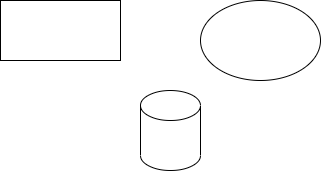
The draw.io diagram test.drawio.png in BorenZhang/Pictures, before a commit. Source tidied: cells renumbered, new cells last; positions are measured from the earlier drawing's top-left corner, leaving out a move shared by most shapes.
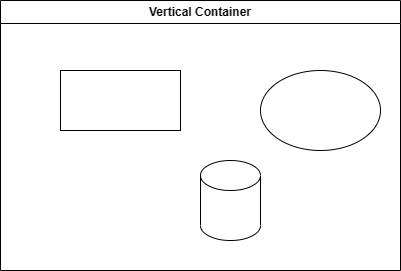
The same diagram one commit later.

The edit, as a diff of the source:
```diff
@@ -11,5 +11,8 @@
     <mxCell id="4" style="shape=cylinder3;whiteSpace=wrap;html=1;boundedLbl=1;backgroundOutline=1;size=15;" parent="1" vertex="1">
       <mxGeometry x="140" y="90" width="60" height="80" as="geometry" />
     </mxCell>
+    <mxCell id="5" value="Vertical Container" style="swimlane;whiteSpace=wrap;html=1;" parent="1" vertex="1">
+      <mxGeometry x="-60" y="-70" width="400" height="270" as="geometry" />
+    </mxCell>
   </root>
 </mxGraphModel>
```
